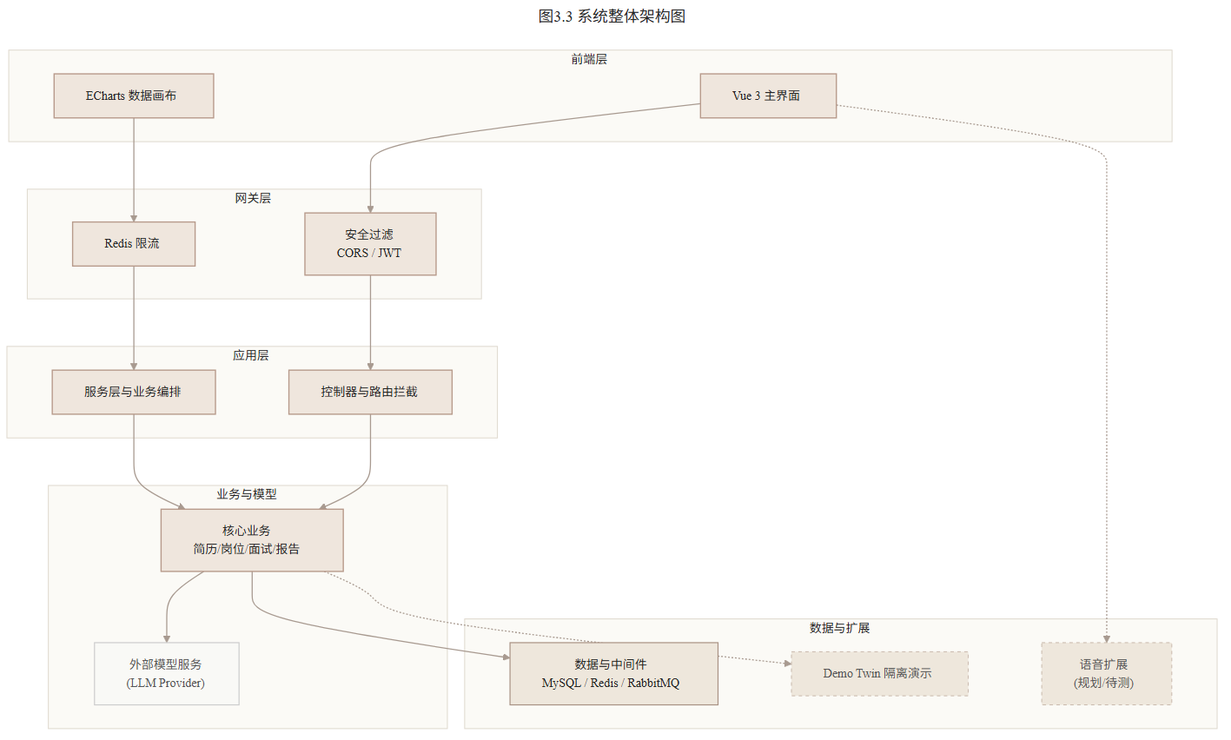
Above: thesis-assets/evidence/diagrams/fig-3.3-system-architecture.png in zyyyyynnn/Prelude (Mermaid), before the change. Its source is kept beside it as thesis-assets/evidence/diagrams/fig-3.3-system-architecture.mmd.
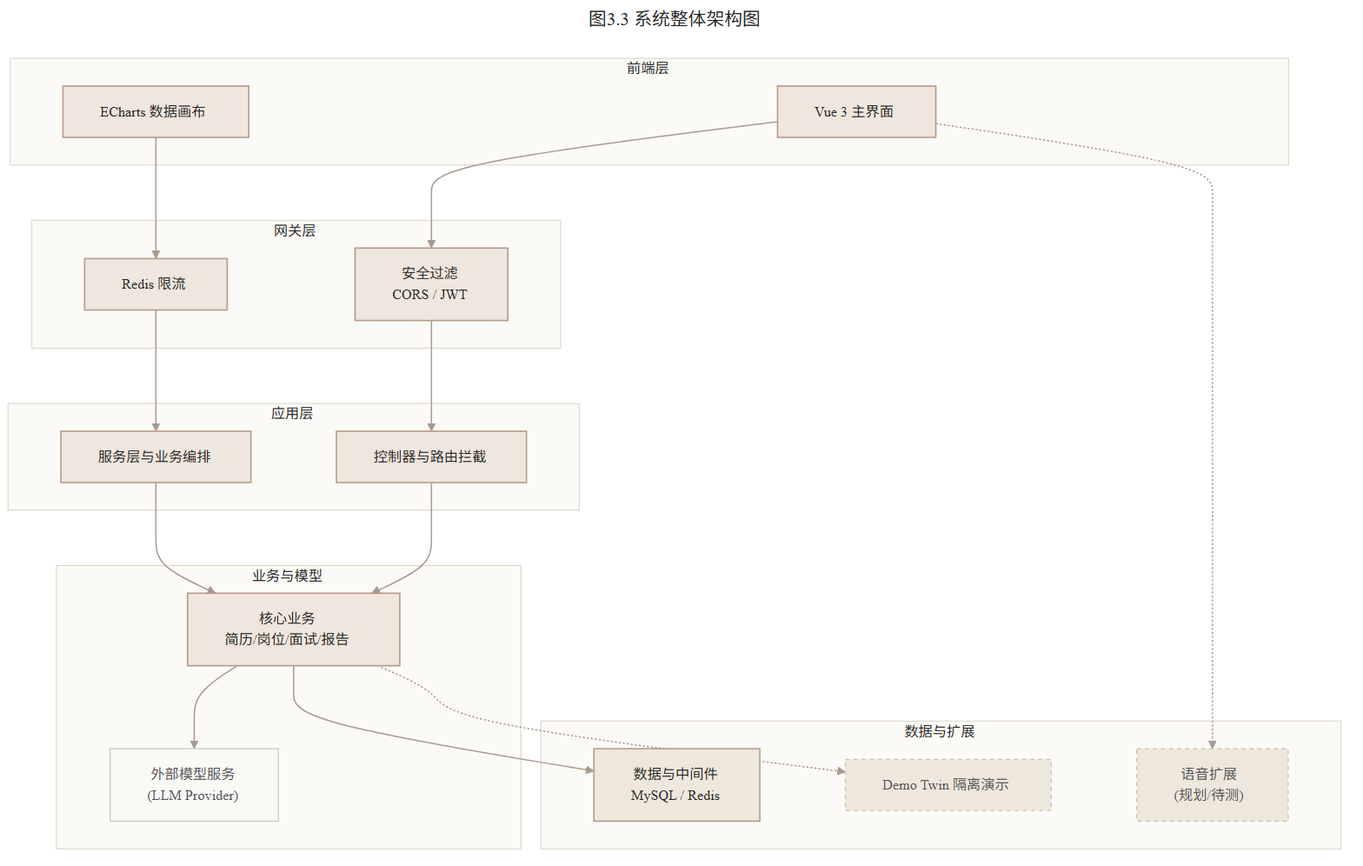
The same file after the commit.

Diff of the diagram source:
```diff
@@ -42,7 +42,7 @@
   end
 
   subgraph Layer5[" &nbsp; 数据与扩展 &nbsp; "]
-    data[" &nbsp; 数据与中间件 &nbsp; <br/> &nbsp; MySQL / Redis / RabbitMQ &nbsp; "]
+    data[" &nbsp; 数据与中间件 &nbsp; <br/> &nbsp; MySQL / Redis &nbsp; "]
     demo[" &nbsp; Demo Twin 隔离演示 &nbsp; "]
     voice[" &nbsp; 语音扩展 &nbsp; <br/> &nbsp; (规划/待测) &nbsp; "]
   end
```
